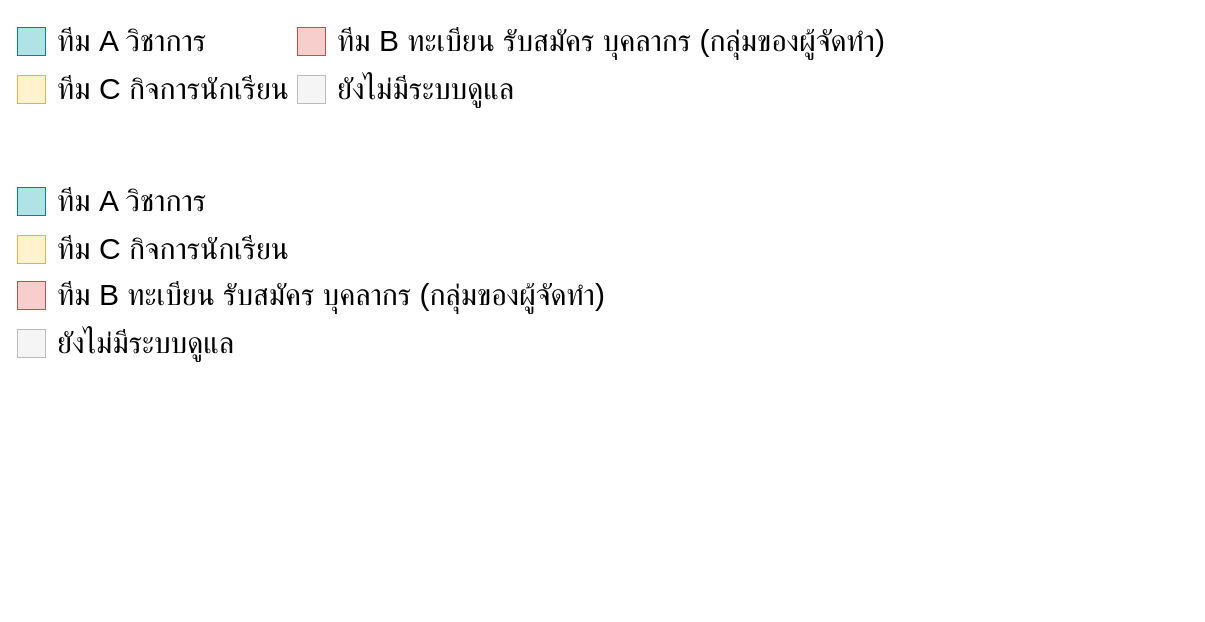
RealTiraqmisu/SchoolDark keeps this draw.io diagram as page "แนะนำสีแต่ละทีม" (4 of 18) of materials/doc/ver-present/2026-11-11-thai-school-staff-structure.drawio. Above is the earlier version. Source tidied: cells renumbered, new cells numbered last; positions are measured from the earlier drawing's top-left corner, leaving out a move shared by most shapes. Both pictures are drawn from the tidied source at 100%, with x=0, y=0 at pixel (17, 17).
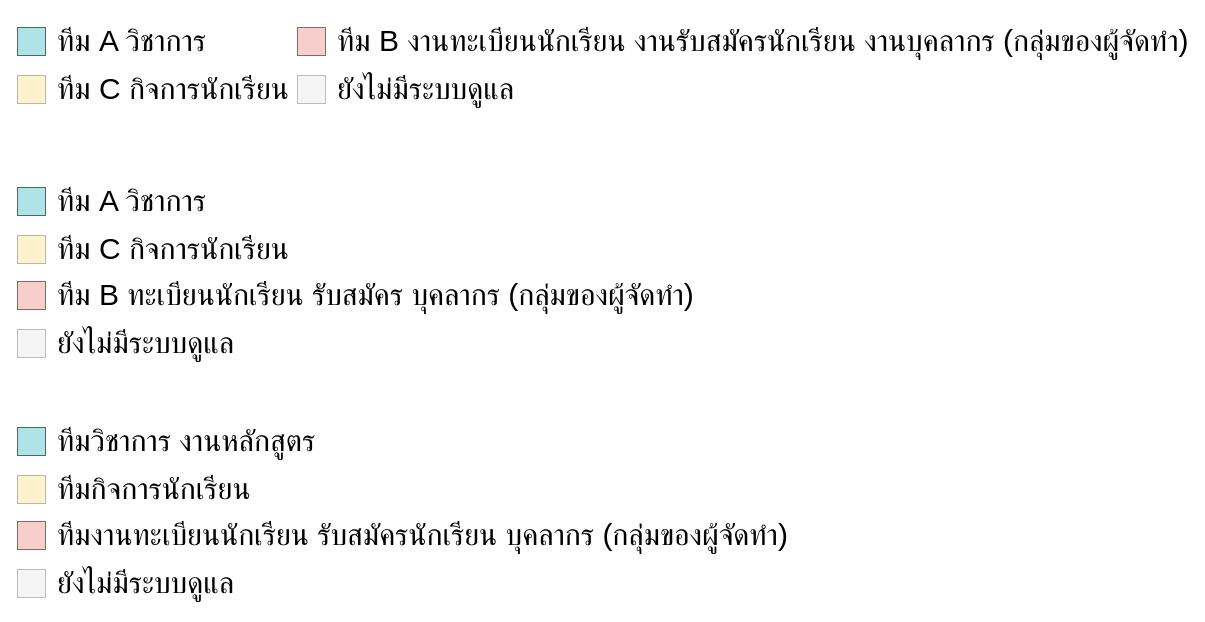
After the change.

Diff of the diagram source:
```diff
@@
-    <mxCell id="5" value="ทีม B ทะเบียน รับสมัคร บุคลากร (กลุ่มของผู้จัดทำ)" style="text;html=1;align=left;verticalAlign=middle;fontFamily=TH SarabunPSK;fontSize=30;" parent="1" vertex="1">
+    <mxCell id="5" value="ทีม B งานทะเบียนนักเรียน งานรับสมัครนักเรียน งานบุคลากร (กลุ่มของผู้จัดทำ)" style="text;html=1;align=left;verticalAlign=middle;fontFamily=TH SarabunPSK;fontSize=30;" parent="1" vertex="1">
       <mxGeometry x="318" width="442" height="46" as="geometry" />
     </mxCell>
@@
-    <mxCell id="13" value="ทีม B ทะเบียน รับสมัคร บุคลากร (กลุ่มของผู้จัดทำ)" style="text;html=1;align=left;verticalAlign=middle;fontFamily=TH SarabunPSK;fontSize=30;" parent="1" vertex="1">
-      <mxGeometry x="38" y="254" width="442" height="46" as="geometry" />
+    <mxCell id="13" value="ทีม B ทะเบียนนักเรียน รับสมัคร บุคลากร (กลุ่มของผู้จัดทำ)" style="text;html=1;align=left;verticalAlign=middle;fontFamily=TH SarabunPSK;fontSize=30;" parent="1" vertex="1">
+      <mxGeometry x="38" y="254" width="622" height="46" as="geometry" />
     </mxCell>
@@
+    <mxCell id="18" style="rounded=0;html=1;fillColor=#b0e3e6;strokeColor=#0e8088;" parent="1" vertex="1">
+      <mxGeometry y="410" width="28" height="28" as="geometry" />
+    </mxCell>
+    <mxCell id="19" value="ทีมวิชาการ งานหลักสูตร" style="text;html=1;align=left;verticalAlign=middle;fontFamily=TH SarabunPSK;fontSize=30;" parent="1" vertex="1">
+      <mxGeometry x="38" y="400" width="232" height="46" as="geometry" />
+    </mxCell>
+    <mxCell id="20" style="rounded=0;html=1;fillColor=#f8cecc;strokeColor=#b85450;" parent="1" vertex="1">
+      <mxGeometry y="504" width="28" height="28" as="geometry" />
+    </mxCell>
+    <mxCell id="21" value="ทีมงานทะเบียนนักเรียน รับสมัครนักเรียน บุคลากร (กลุ่มของผู้จัดทำ)" style="text;html=1;align=left;verticalAlign=middle;fontFamily=TH SarabunPSK;fontSize=30;" parent="1" vertex="1">
+      <mxGeometry x="38" y="494" width="622" height="46" as="geometry" />
+    </mxCell>
+    <mxCell id="22" style="rounded=0;html=1;fillColor=#fff2cc;strokeColor=#d6b656;" parent="1" vertex="1">
+      <mxGeometry y="458" width="28" height="28" as="geometry" />
+    </mxCell>
+    <mxCell id="23" value="ทีมกิจการนักเรียน" style="text;html=1;align=left;verticalAlign=middle;fontFamily=TH SarabunPSK;fontSize=30;" parent="1" vertex="1">
+      <mxGeometry x="38" y="448" width="232" height="46" as="geometry" />
+    </mxCell>
+    <mxCell id="24" style="rounded=0;html=1;fillColor=#f5f5f5;strokeColor=#bbbbbb;fontColor=#888888;" parent="1" vertex="1">
+      <mxGeometry y="552" width="28" height="28" as="geometry" />
+    </mxCell>
+    <mxCell id="25" value="ยังไม่มีระบบดูแล" style="text;html=1;align=left;verticalAlign=middle;fontFamily=TH SarabunPSK;fontSize=30;" parent="1" vertex="1">
+      <mxGeometry x="38" y="542" width="372" height="46" as="geometry" />
+    </mxCell>
```
